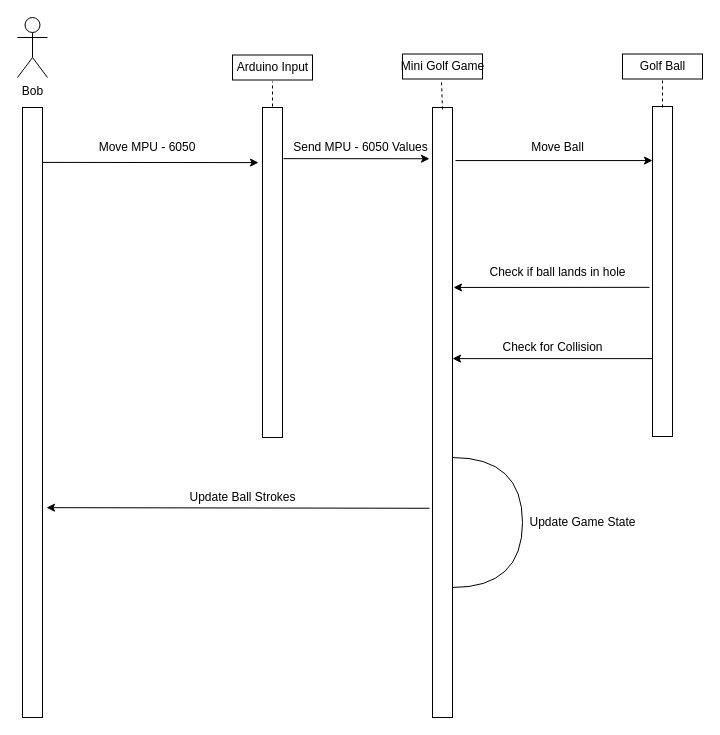
CallumMGameDev/COMP140MiniGolf keeps this draw.io diagram as page "Sequence Diagram" (2 of 2) of UMLDiagrams/COMP 140 - UML Diagram.drawio. Above is the earlier version. Source tidied: cells renumbered, new cells numbered last; positions are measured from the earlier drawing's top-left corner, leaving out a move shared by most shapes. Both pictures are drawn from the tidied source at 100%, with x=0, y=0 at pixel (17, 17).
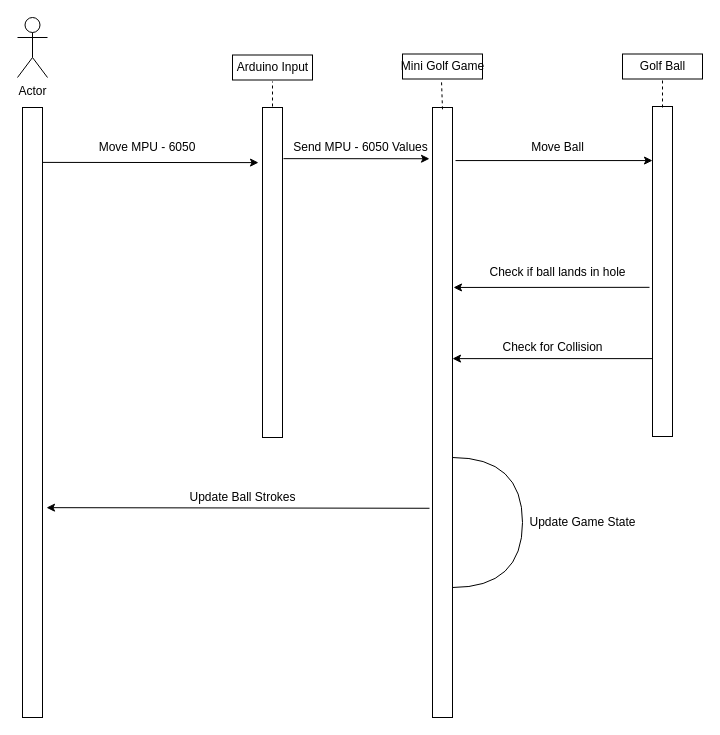
The same page after the edit.

Commit message (it also covers changes not shown here):
Updated UML Diagrams

Change to the diagram source:
```diff
@@
-    <mxCell id="3" value="Bob" style="shape=umlActor;verticalLabelPosition=bottom;labelBackgroundColor=#ffffff;verticalAlign=top;html=1;" parent="1" vertex="1">
-      <mxGeometry width="30" height="60" as="geometry" />
-    </mxCell>
@@
+    <mxCell id="27" value="Actor" style="shape=umlActor;verticalLabelPosition=bottom;labelBackgroundColor=#ffffff;verticalAlign=top;html=1;" parent="1" vertex="1">
+      <mxGeometry width="30" height="60" as="geometry" />
+    </mxCell>
```
